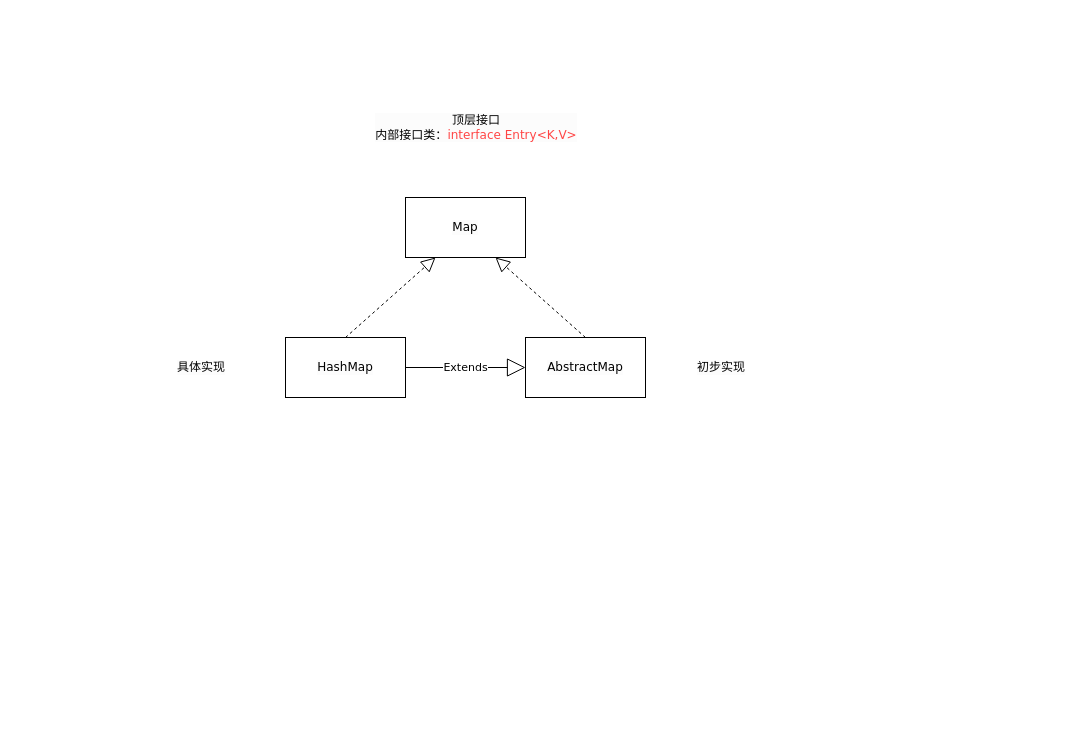
Before: Java/hashMap.drawio in ZgStride/drawIO, a draw.io diagram. Source tidied: cells renumbered, new cells numbered last; positions are measured from the earlier drawing's top-left corner, leaving out a move shared by most shapes. Both pictures are drawn from the tidied source at 100%, with x=0, y=0 at pixel (171, 87).
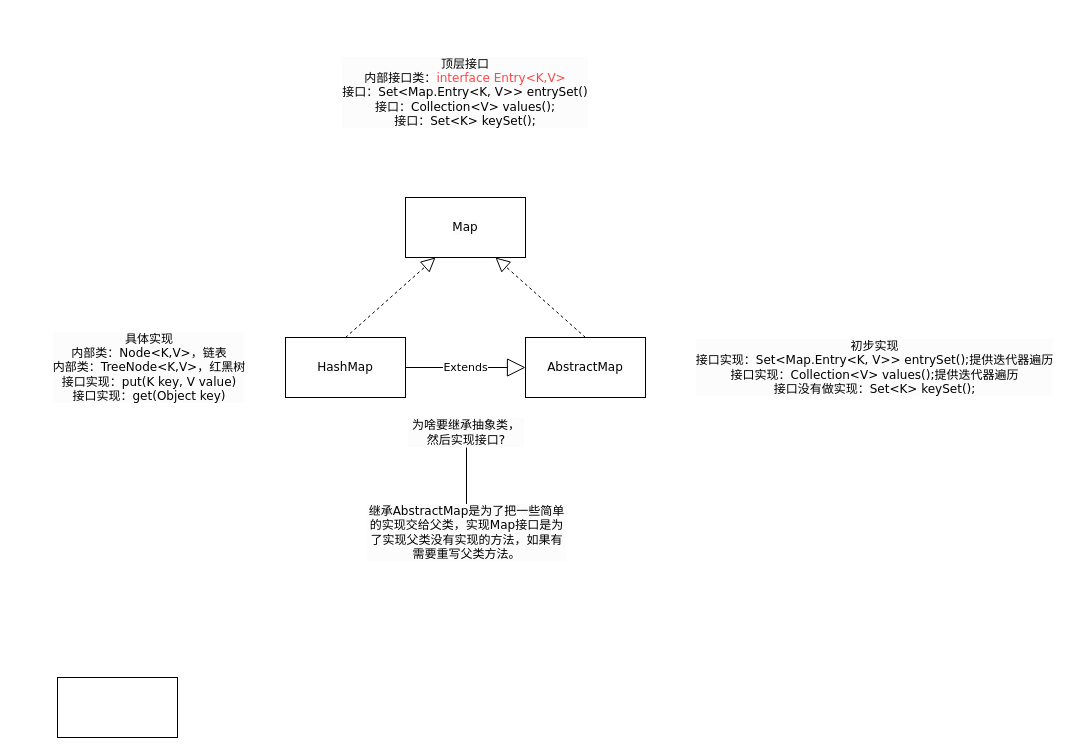
The same page after the edit.

The edit, as a diff of the source:
```diff
@@
 <mxGraphModel>
   <root>
     <mxCell id="0" />
     <mxCell id="1" parent="0" />
     <mxCell id="2" value="AbstractMap" style="rounded=0;whiteSpace=wrap;html=1;labelBackgroundColor=#FCFCFC;fontFamily=Verdana;" parent="1" vertex="1">
       <mxGeometry x="354" y="250" width="120" height="60" as="geometry" />
     </mxCell>
     <mxCell id="3" value="Map" style="rounded=0;whiteSpace=wrap;html=1;labelBackgroundColor=#FCFCFC;fontFamily=Verdana;" parent="1" vertex="1">
       <mxGeometry x="234" y="110" width="120" height="60" as="geometry" />
     </mxCell>
     <mxCell id="4" value="HashMap" style="rounded=0;whiteSpace=wrap;html=1;labelBackgroundColor=#FCFCFC;fontFamily=Verdana;" parent="1" vertex="1">
       <mxGeometry x="114" y="250" width="120" height="60" as="geometry" />
     </mxCell>
     <mxCell id="5" style="endArrow=block;dashed=1;endFill=0;endSize=12;html=1;rounded=0;fontFamily=Verdana;entryX=0.25;entryY=1;entryDx=0;entryDy=0;exitX=0.5;exitY=0;exitDx=0;exitDy=0;" parent="1" edge="1" source="4" target="3">
       <mxGeometry relative="1" as="geometry" />
     </mxCell>
     <mxCell id="6" style="endArrow=block;dashed=1;endFill=0;endSize=12;html=1;rounded=0;fontFamily=Verdana;entryX=0.75;entryY=1;entryDx=0;entryDy=0;exitX=0.5;exitY=0;exitDx=0;exitDy=0;" parent="1" edge="1" source="2" target="3">
       <mxGeometry relative="1" as="geometry" />
     </mxCell>
     <mxCell id="7" value="Extends" style="endArrow=block;endSize=16;endFill=0;html=1;rounded=0;fontFamily=Verdana;exitX=1;exitY=0.5;exitDx=0;exitDy=0;entryX=0;entryY=0.5;entryDx=0;entryDy=0;" parent="1" edge="1" source="4" target="2">
       <mxGeometry relative="1" as="geometry" />
     </mxCell>
-    <mxCell id="8" value="顶层接口&lt;br&gt;内部接口类：&lt;font color=&quot;#ff4545&quot;&gt;interface Entry&amp;lt;K,V&amp;gt;&lt;/font&gt;" style="text;html=1;strokeColor=none;fillColor=none;align=center;verticalAlign=middle;whiteSpace=wrap;rounded=0;labelBackgroundColor=#FCFCFC;fontFamily=Verdana;" parent="1" vertex="1">
-      <mxGeometry x="180" width="250" height="80" as="geometry" />
+    <mxCell id="8" value="顶层接口&lt;br&gt;内部接口类：&lt;font color=&quot;#ff4545&quot;&gt;interface Entry&amp;lt;K,V&amp;gt;&lt;/font&gt;&lt;br&gt;接口：Set&amp;lt;Map.Entry&amp;lt;K, V&amp;gt;&amp;gt; entrySet()&lt;br&gt;接口：Collection&amp;lt;V&amp;gt; values();&lt;br&gt;接口：Set&amp;lt;K&amp;gt; keySet();" style="text;html=1;strokeColor=none;fillColor=none;align=center;verticalAlign=middle;whiteSpace=wrap;rounded=0;labelBackgroundColor=#FCFCFC;fontFamily=Verdana;" parent="1" vertex="1">
+      <mxGeometry x="62" y="-70" width="464" height="150" as="geometry" />
     </mxCell>
-    <mxCell id="9" value="初步实现" style="text;html=1;strokeColor=none;fillColor=none;align=center;verticalAlign=middle;whiteSpace=wrap;rounded=0;labelBackgroundColor=#FCFCFC;fontFamily=Verdana;" parent="1" vertex="1">
-      <mxGeometry x="520" y="265" width="60" height="30" as="geometry" />
+    <mxCell id="9" value="初步实现&lt;br&gt;接口实现：Set&amp;lt;Map.Entry&amp;lt;K, V&amp;gt;&amp;gt; entrySet();提供迭代器遍历&lt;br&gt;接口实现：Collection&amp;lt;V&amp;gt; values();提供迭代器遍历&lt;br&gt;接口没有做实现：Set&amp;lt;K&amp;gt; keySet();" style="text;html=1;strokeColor=none;fillColor=none;align=center;verticalAlign=middle;whiteSpace=wrap;rounded=0;labelBackgroundColor=#FCFCFC;fontFamily=Verdana;" parent="1" vertex="1">
+      <mxGeometry x="506" y="265" width="395" height="30" as="geometry" />
     </mxCell>
-    <mxCell id="10" value="具体实现" style="text;html=1;strokeColor=none;fillColor=none;align=center;verticalAlign=middle;whiteSpace=wrap;rounded=0;labelBackgroundColor=#FCFCFC;fontFamily=Verdana;" parent="1" vertex="1">
-      <mxGeometry y="265" width="60" height="30" as="geometry" />
+    <mxCell id="10" value="具体实现&lt;br&gt;内部类：Node&amp;lt;K,V&amp;gt;，链表&lt;br&gt;内部类：TreeNode&amp;lt;K,V&amp;gt;，红黑树&lt;br&gt;接口实现：put(K key, V value)&lt;br&gt;接口实现：get(Object key)" style="text;html=1;strokeColor=none;fillColor=none;align=center;verticalAlign=middle;whiteSpace=wrap;rounded=0;labelBackgroundColor=#FCFCFC;fontFamily=Verdana;" parent="1" vertex="1">
+      <mxGeometry x="-154" y="265" width="264" height="30" as="geometry" />
     </mxCell>
+    <mxCell id="11" style="edgeStyle=orthogonalEdgeStyle;rounded=0;jettySize=auto;html=1;fontFamily=Verdana;fontColor=#000000;" parent="1" edge="1" source="12" target="13">
+      <mxGeometry relative="1" as="geometry" />
+    </mxCell>
+    <mxCell id="12" value="为啥要继承抽象类，然后实现接口?" style="text;html=1;strokeColor=none;fillColor=none;align=center;verticalAlign=middle;whiteSpace=wrap;rounded=0;labelBackgroundColor=#FCFCFC;fontFamily=Verdana;fontColor=#000000;" parent="1" vertex="1">
+      <mxGeometry x="236" y="330" width="118" height="30" as="geometry" />
+    </mxCell>
+    <mxCell id="13" value="继承AbstractMap是为了把一些简单的实现交给父类，实现Map接口是为了实现父类没有实现的方法，如果有需要重写父类方法。" style="text;html=1;strokeColor=none;fillColor=none;align=center;verticalAlign=middle;whiteSpace=wrap;rounded=0;labelBackgroundColor=#FCFCFC;fontFamily=Verdana;fontColor=#000000;" parent="1" vertex="1">
+      <mxGeometry x="194.5" y="430" width="201" height="30" as="geometry" />
+    </mxCell>
+    <mxCell id="14" style="rounded=0;whiteSpace=wrap;html=1;labelBackgroundColor=#FCFCFC;fontFamily=Verdana;fontColor=#000000;" parent="1" vertex="1">
+      <mxGeometry x="-114" y="590" width="120" height="60" as="geometry" />
+    </mxCell>
   </root>
 </mxGraphModel>
```
